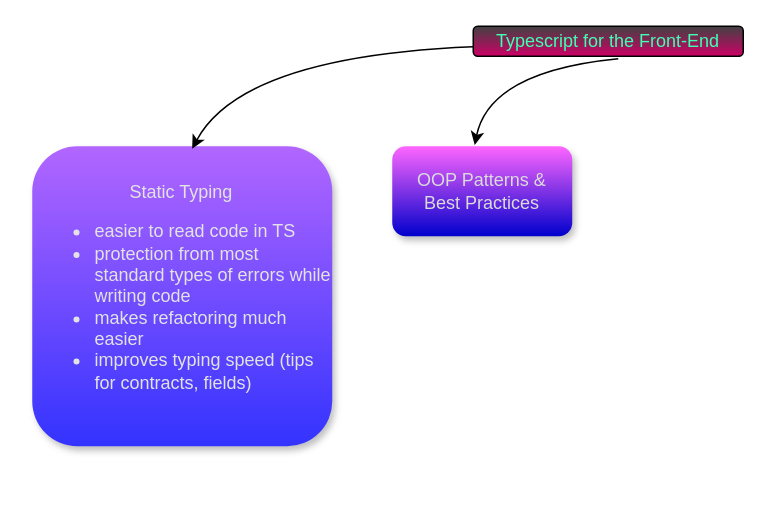
PetrovIlyuha/Notes-from-Talks keeps this draw.io diagram as Untitled Diagram.drawio. Above is the earlier version. Source tidied: cells renumbered, new cells numbered last; positions are measured from the earlier drawing's top-left corner, leaving out a move shared by most shapes. Both pictures are drawn from the tidied source at 150%, with x=0, y=0 at pixel (32, 26).
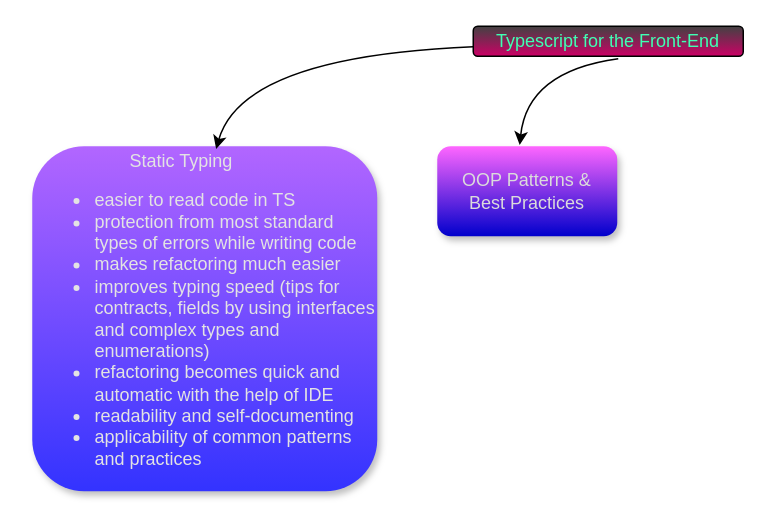
After the change.

Commit message:
added points on readability with TS

Change to the diagram source:
```diff
@@
 <mxGraphModel>
   <root>
     <mxCell id="0" />
     <mxCell id="1" parent="0" />
-    <mxCell id="2" value="&lt;div&gt;&amp;nbsp; &amp;nbsp; &amp;nbsp; &amp;nbsp; &amp;nbsp; &amp;nbsp; &amp;nbsp; &amp;nbsp; &amp;nbsp; &amp;nbsp;Static Typing&amp;nbsp;&amp;nbsp;&lt;/div&gt;&lt;div&gt;&lt;ul&gt;&lt;li&gt;&lt;span&gt;easier to read code in TS&lt;/span&gt;&lt;br&gt;&lt;/li&gt;&lt;li&gt;&lt;span&gt;protection from most standard types of errors while writing code&lt;/span&gt;&lt;br&gt;&lt;/li&gt;&lt;li&gt;&lt;span&gt;makes refactoring much easier&lt;/span&gt;&lt;br&gt;&lt;/li&gt;&lt;li&gt;&lt;span&gt;improves typing speed (tips for contracts, fields)&lt;/span&gt;&lt;/li&gt;&lt;/ul&gt;&lt;/div&gt;" style="whiteSpace=wrap;html=1;gradientDirection=south;gradientColor=#3333FF;fontColor=#E3E3E3;fillColor=#B266FF;rounded=1;glass=0;shadow=1;sketch=0;align=left;strokeColor=none;" parent="1" vertex="1">
-      <mxGeometry y="80" width="200" height="200" as="geometry" />
+    <mxCell id="2" value="&lt;div&gt;&amp;nbsp; &amp;nbsp; &amp;nbsp; &amp;nbsp; &amp;nbsp; &amp;nbsp; &amp;nbsp; &amp;nbsp; &amp;nbsp; &amp;nbsp;Static Typing&amp;nbsp;&amp;nbsp;&lt;/div&gt;&lt;div&gt;&lt;ul&gt;&lt;li&gt;&lt;span&gt;easier to read code in TS&lt;/span&gt;&lt;br&gt;&lt;/li&gt;&lt;li&gt;&lt;span&gt;protection from most standard types of errors while writing code&lt;/span&gt;&lt;br&gt;&lt;/li&gt;&lt;li&gt;&lt;span&gt;makes refactoring much easier&lt;/span&gt;&lt;br&gt;&lt;/li&gt;&lt;li&gt;&lt;span&gt;improves typing speed (tips for contracts, fields by using interfaces and complex types and enumerations&lt;/span&gt;)&lt;/li&gt;&lt;li&gt;refactoring becomes quick and automatic with the help of IDE&lt;/li&gt;&lt;li&gt;readability and self-documenting&lt;/li&gt;&lt;li&gt;applicability of common patterns and practices&lt;/li&gt;&lt;/ul&gt;&lt;/div&gt;" style="whiteSpace=wrap;html=1;gradientDirection=south;gradientColor=#3333FF;fontColor=#E3E3E3;fillColor=#B266FF;rounded=1;glass=0;shadow=1;sketch=0;align=left;strokeColor=none;" parent="1" vertex="1">
+      <mxGeometry y="80" width="230" height="230" as="geometry" />
     </mxCell>
     <mxCell id="3" value="Typescript for the Front-End" style="rounded=1;whiteSpace=wrap;html=1;fillColor=#424242;gradientColor=#CC0066;fontColor=#40FFB3;" parent="1" vertex="1">
       <mxGeometry x="294" width="180" height="20" as="geometry" />
     </mxCell>
     <mxCell id="4" value="OOP Patterns &amp;amp;&lt;br&gt;Best Practices" style="rounded=1;whiteSpace=wrap;html=1;fillColor=#FF66FF;gradientColor=#0000CC;fontColor=#DBDBDB;shadow=1;strokeColor=none;" parent="1" vertex="1">
-      <mxGeometry x="240" y="80" width="120" height="60" as="geometry" />
+      <mxGeometry x="270" y="80" width="120" height="60" as="geometry" />
     </mxCell>
     <mxCell id="5" style="curved=1;endArrow=classic;html=1;fontColor=#E3E3E3;entryX=0.533;entryY=0.008;entryDx=0;entryDy=0;entryPerimeter=0;" parent="1" edge="1" source="3" target="2">
       <mxGeometry relative="1" as="geometry">
         <Array as="points">
           <mxPoint x="140" y="20" />
         </Array>
       </mxGeometry>
     </mxCell>
     <mxCell id="6" style="curved=1;endArrow=classic;html=1;fontColor=#E3E3E3;exitX=0.537;exitY=1.083;exitDx=0;exitDy=0;exitPerimeter=0;entryX=0.458;entryY=-0.014;entryDx=0;entryDy=0;entryPerimeter=0;" parent="1" edge="1" source="3" target="4">
       <mxGeometry relative="1" as="geometry">
         <Array as="points">
-          <mxPoint x="305" y="30" />
+          <mxPoint x="330" y="30" />
         </Array>
       </mxGeometry>
     </mxCell>
   </root>
 </mxGraphModel>
```
